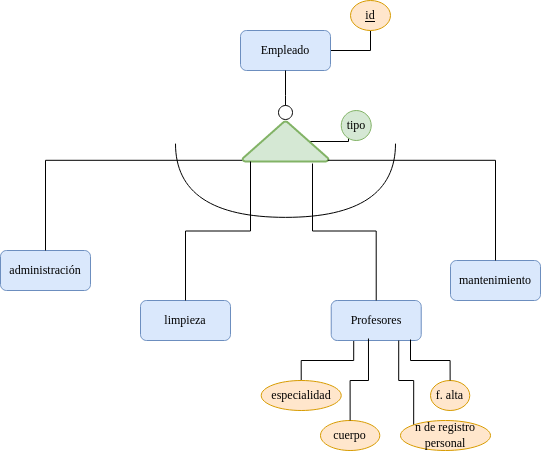
Earlier version of the draw.io export Unidad-1/Tareas./Tarea-8 (diagramas)/Sistema Empresa Tecnológica.drawio.png (mdiogc/base-datos). Source tidied: cells renumbered, new cells last; positions are measured from the earlier drawing's top-left corner, leaving out a move shared by most shapes.
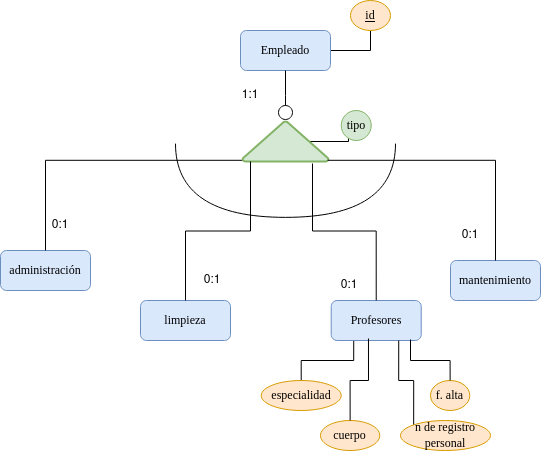
After the change.

Diff of the diagram source:
```diff
@@ -79,5 +79,20 @@
     <mxCell id="26" style="edgeStyle=orthogonalEdgeStyle;rounded=0;jettySize=auto;html=1;exitX=0.5;exitY=0;exitDx=0;exitDy=0;entryX=0.881;entryY=0.975;entryDx=0;entryDy=0;entryPerimeter=0;endArrow=none;endFill=0;" parent="1" edge="1" source="21" target="5">
       <mxGeometry relative="1" as="geometry" />
     </mxCell>
+    <mxCell id="27" value="1:1" style="text;html=1;strokeColor=none;fillColor=none;align=center;verticalAlign=middle;whiteSpace=wrap;rounded=0;" parent="1" vertex="1">
+      <mxGeometry x="220" y="80" width="60" height="30" as="geometry" />
+    </mxCell>
+    <mxCell id="28" value="0:1" style="text;html=1;strokeColor=none;fillColor=none;align=center;verticalAlign=middle;whiteSpace=wrap;rounded=0;" parent="1" vertex="1">
+      <mxGeometry x="30" y="210" width="60" height="30" as="geometry" />
+    </mxCell>
+    <mxCell id="29" value="0:1" style="text;html=1;strokeColor=none;fillColor=none;align=center;verticalAlign=middle;whiteSpace=wrap;rounded=0;" parent="1" vertex="1">
+      <mxGeometry x="182" y="265" width="60" height="30" as="geometry" />
+    </mxCell>
+    <mxCell id="30" value="0:1" style="text;html=1;strokeColor=none;fillColor=none;align=center;verticalAlign=middle;whiteSpace=wrap;rounded=0;" parent="1" vertex="1">
+      <mxGeometry x="319.3" y="270" width="60" height="30" as="geometry" />
+    </mxCell>
+    <mxCell id="31" value="0:1" style="text;html=1;strokeColor=none;fillColor=none;align=center;verticalAlign=middle;whiteSpace=wrap;rounded=0;" parent="1" vertex="1">
+      <mxGeometry x="440" y="220" width="60" height="30" as="geometry" />
+    </mxCell>
   </root>
 </mxGraphModel>
```
